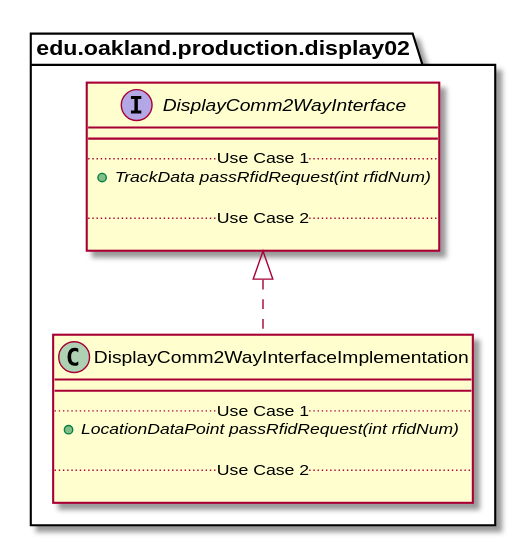
elilley15/csi-3370-software-project keeps this PlantUML diagram as docs/uml-class-diagrams/display02/production/DisplayComm2WayInterfaceImplementation/DisplayComm2WayInterfaceImplementation_DirectDependencies.svg. Above is the earlier version. Source of this version:
```plantuml
@startuml DisplayComm2WayInterfaceImplementation_DirectDependencies


package edu.oakland.production.display02 {
    class DisplayComm2WayInterfaceImplementation {
        __
        .. Use Case 1 ..
        {abstract} + LocationDataPoint passRfidRequest(int rfidNum)

        .. Use Case 2 ..

    }
}



package edu.oakland.production.display02 {
    interface DisplayComm2WayInterface {
        __
        .. Use Case 1 ..
        {abstract} + TrackData passRfidRequest(int rfidNum)

        .. Use Case 2 ..

    }
}

DisplayComm2WayInterfaceImplementation .up.|> DisplayComm2WayInterface





@enduml
```
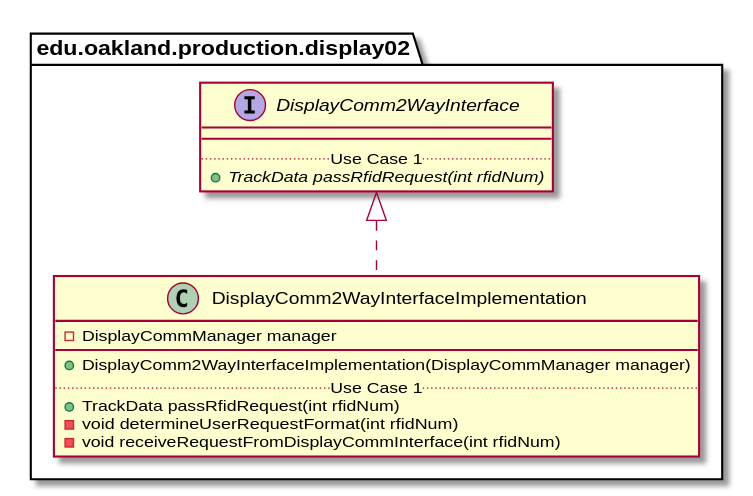
The same diagram one commit later.

What changed in the source:
```diff
@@ -3,12 +3,13 @@
 
 package edu.oakland.production.display02 {
     class DisplayComm2WayInterfaceImplementation {
+        - DisplayCommManager manager
         __
+        + DisplayComm2WayInterfaceImplementation(DisplayCommManager manager)
         .. Use Case 1 ..
-        {abstract} + LocationDataPoint passRfidRequest(int rfidNum)
-
-        .. Use Case 2 ..
-
+        + TrackData passRfidRequest(int rfidNum)
+        - void determineUserRequestFormat(int rfidNum)
+        - void receiveRequestFromDisplayCommInterface(int rfidNum)
     }
 }
 
@@ -19,9 +20,6 @@
         __
         .. Use Case 1 ..
         {abstract} + TrackData passRfidRequest(int rfidNum)
-
-        .. Use Case 2 ..
-
     }
 }
 
```
